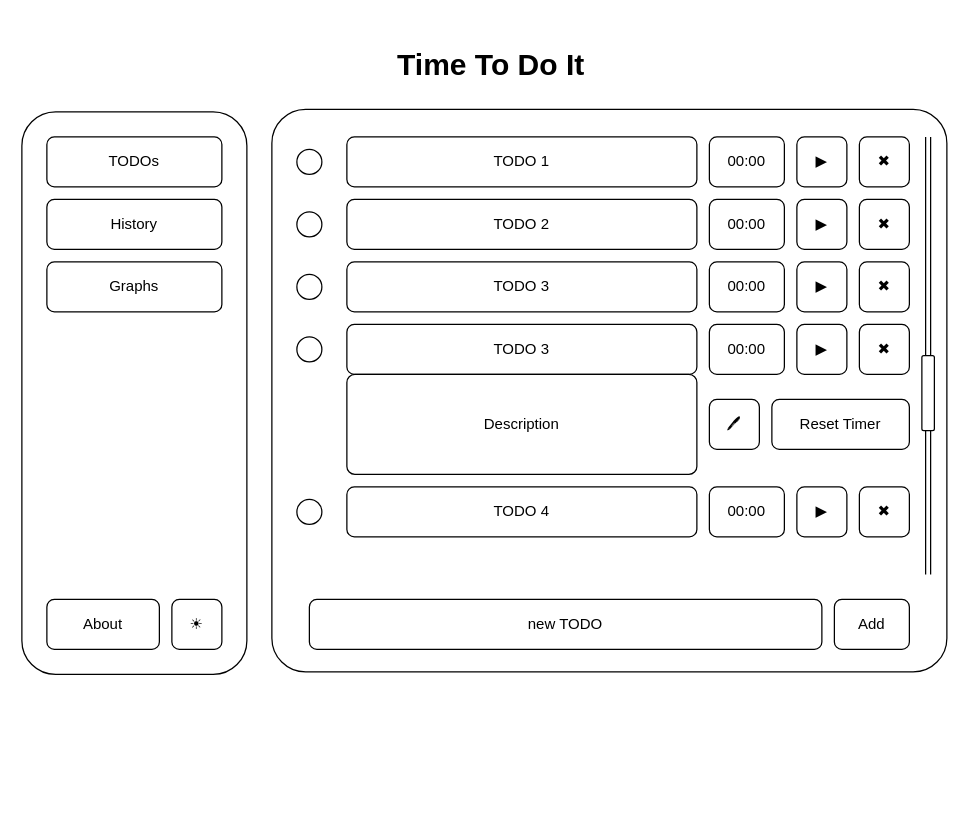
The draw.io diagram concept.dio in Icky50/time-to-do-it, before the edit. Source tidied: cells renumbered, new cells numbered last; positions are measured from the earlier drawing's top-left corner, leaving out a move shared by most shapes. Both pictures are drawn from the tidied source at 125%, with x=0, y=0 at pixel (21, 21).
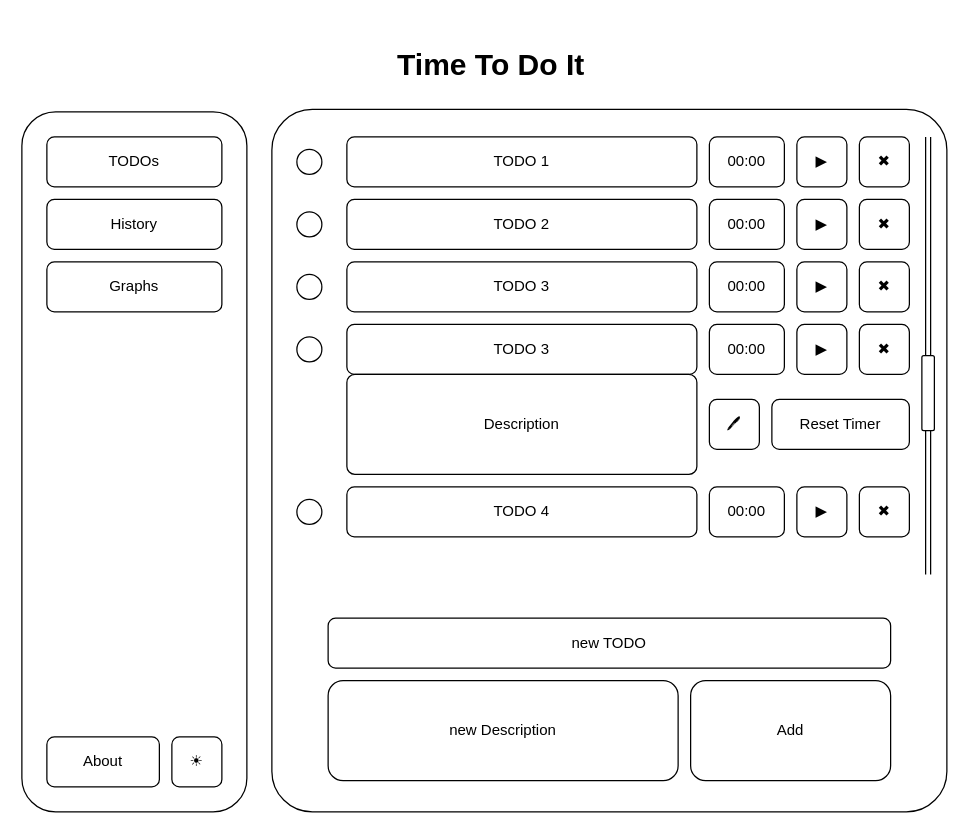
The same diagram, later.

What changed in the source:
```diff
@@
     <mxCell id="3" style="rounded=1;whiteSpace=wrap;html=1;" parent="1" vertex="1">
-      <mxGeometry y="72" width="180" height="450" as="geometry" />
+      <mxGeometry y="72" width="180" height="560" as="geometry" />
     </mxCell>
     <mxCell id="4" style="rounded=1;whiteSpace=wrap;html=1;arcSize=6;" parent="1" vertex="1">
-      <mxGeometry x="200" y="70" width="540" height="450" as="geometry" />
+      <mxGeometry x="200" y="70" width="540" height="562" as="geometry" />
     </mxCell>
@@
     <mxCell id="11" value="new TODO" style="rounded=1;whiteSpace=wrap;html=1;" parent="1" vertex="1">
-      <mxGeometry x="230" y="462" width="410" height="40" as="geometry" />
+      <mxGeometry x="245" y="477" width="450" height="40" as="geometry" />
     </mxCell>
@@
-    <mxCell id="14" value="Add" style="rounded=1;whiteSpace=wrap;html=1;" parent="1" vertex="1">
-      <mxGeometry x="650" y="462" width="60" height="40" as="geometry" />
-    </mxCell>
@@
     <mxCell id="33" value="About" style="rounded=1;whiteSpace=wrap;html=1;" parent="1" vertex="1">
-      <mxGeometry x="20" y="462" width="90" height="40" as="geometry" />
+      <mxGeometry x="20" y="572" width="90" height="40" as="geometry" />
     </mxCell>
@@
     <mxCell id="42" value="☀" style="rounded=1;whiteSpace=wrap;html=1;" parent="1" vertex="1">
-      <mxGeometry x="120" y="462" width="40" height="40" as="geometry" />
+      <mxGeometry x="120" y="572" width="40" height="40" as="geometry" />
     </mxCell>
+    <mxCell id="43" value="new Description" style="rounded=1;whiteSpace=wrap;html=1;" parent="1" vertex="1">
+      <mxGeometry x="245" y="527" width="280" height="80" as="geometry" />
+    </mxCell>
+    <mxCell id="14" value="Add" style="rounded=1;whiteSpace=wrap;html=1;" parent="1" vertex="1">
+      <mxGeometry x="535" y="527" width="160" height="80" as="geometry" />
+    </mxCell>
```
